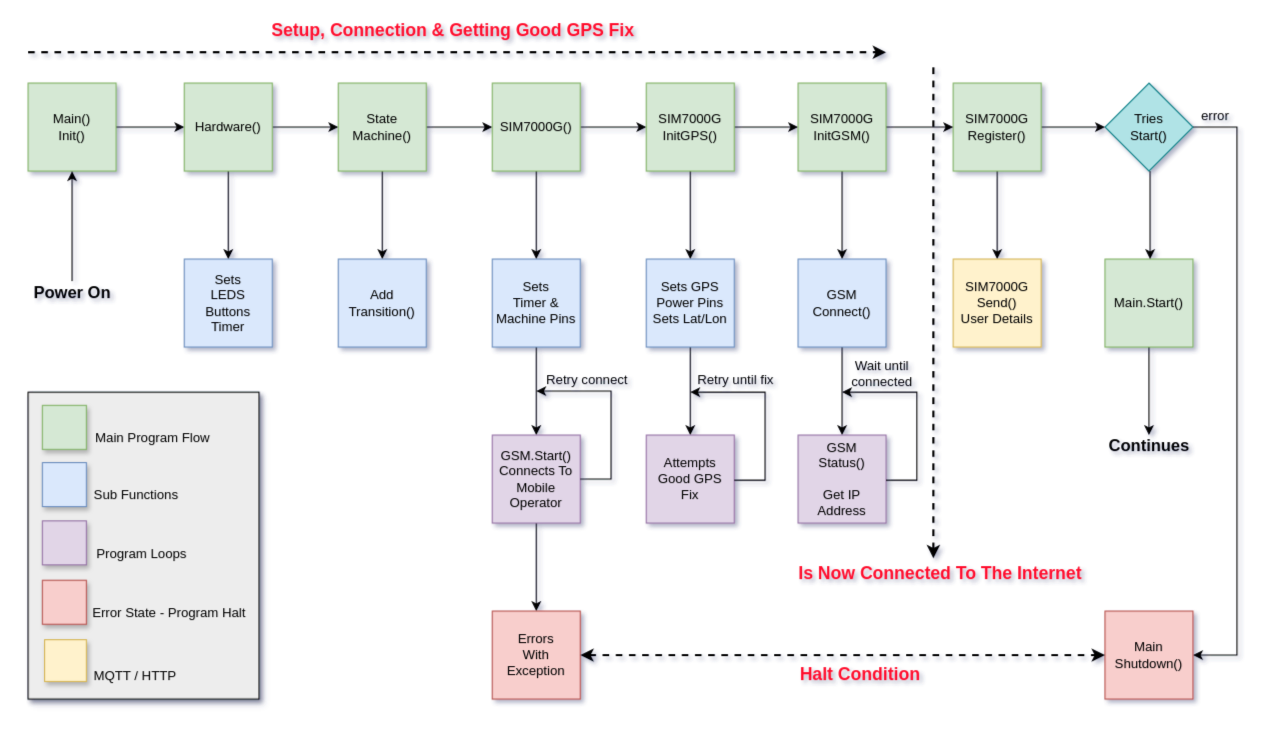
18684092/CAR keeps this draw.io diagram as WikiFiles/CAR1.drawio. Above is the earlier version. Source tidied: cells renumbered, new cells numbered last; positions are measured from the earlier drawing's top-left corner, leaving out a move shared by most shapes. Both pictures are drawn from the tidied source at 110%, with x=0, y=0 at pixel (22, 19).
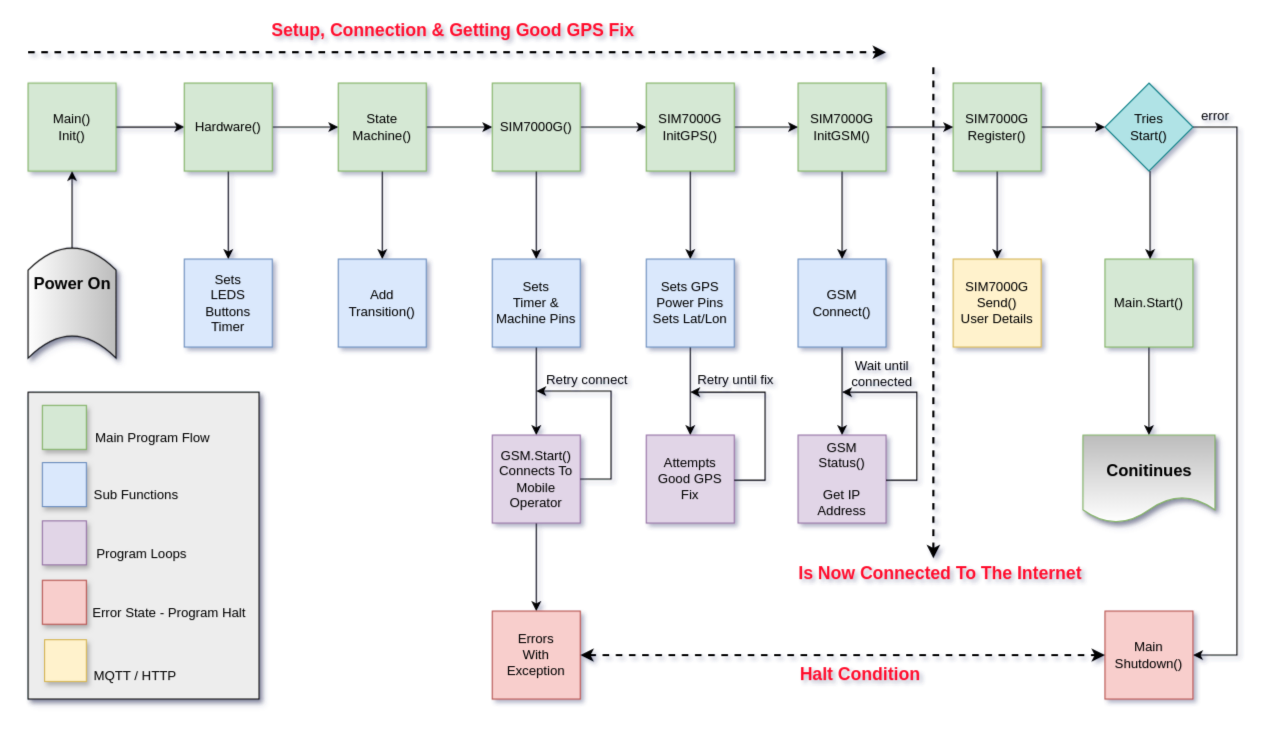
The same page after the edit.

The change refers to these unchanged cells:
```xml
<mxCell id="4" value="Main()&lt;br&gt;Init()" style="whiteSpace=wrap;html=1;fillColor=#d5e8d4;strokeColor=#82b366;gradientColor=none;" parent="1" vertex="1">
  <mxGeometry x="5" y="58" width="80" height="80" as="geometry" />
</mxCell>
```

Change to the diagram source:
```diff
@@
+    <mxCell id="69" style="edgeStyle=orthogonalEdgeStyle;rounded=0;jettySize=auto;html=1;fontSize=15;fontColor=#000000;startArrow=none;startFill=0;endArrow=classic;endFill=1;strokeColor=#000000;strokeWidth=1;" parent="1" edge="1" source="70" target="4">
+      <mxGeometry relative="1" as="geometry" />
+    </mxCell>
+    <mxCell id="70" style="shape=dataStorage;whiteSpace=wrap;html=1;fixedSize=1;shadow=1;fontSize=15;fontColor=#000000;fillColor=#BDBDBD;gradientColor=#ffffff;rotation=90;" parent="1" vertex="1">
+      <mxGeometry x="-5" y="218" width="100" height="80" as="geometry" />
+    </mxCell>
@@
-    <mxCell id="41" value="&lt;b&gt;&lt;font style=&quot;font-size: 15px&quot;&gt;Continues&lt;/font&gt;&lt;/b&gt;" style="text;html=1;align=center;verticalAlign=middle;strokeColor=none;fillColor=none;" parent="1" vertex="1">
-      <mxGeometry x="979" y="377" width="90" height="20" as="geometry" />
-    </mxCell>
-    <mxCell id="42" style="edgeStyle=orthogonalEdgeStyle;rounded=0;jettySize=auto;html=1;entryX=0.5;entryY=1;entryDx=0;entryDy=0;fontSize=15;" parent="1" edge="1" source="43" target="4">
-      <mxGeometry relative="1" as="geometry" />
-    </mxCell>
-    <mxCell id="43" value="&lt;b&gt;&lt;font style=&quot;font-size: 15px&quot;&gt;Power On&lt;/font&gt;&lt;/b&gt;" style="text;html=1;align=center;verticalAlign=middle;points=[];strokeColor=none;fillColor=none;" parent="1" vertex="1">
-      <mxGeometry y="238" width="90" height="20" as="geometry" />
-    </mxCell>
@@
+    <mxCell id="71" style="shape=document;whiteSpace=wrap;html=1;boundedLbl=1;shadow=1;fontSize=12;fillColor=#BDBDBD;strokeColor=#82b366;gradientColor=#ffffff;" parent="1" vertex="1">
+      <mxGeometry x="964" y="378" width="120" height="80" as="geometry" />
+    </mxCell>
+    <mxCell id="72" value="&lt;b&gt;Conitinues&lt;/b&gt;" style="text;html=1;align=center;verticalAlign=middle;strokeColor=none;fillColor=none;fontSize=15;fontColor=#000000;" parent="1" vertex="1">
+      <mxGeometry x="979" y="400" width="90" height="20" as="geometry" />
+    </mxCell>
+    <mxCell id="43" value="&lt;b style=&quot;font-size: 15px;&quot;&gt;&lt;font style=&quot;font-size: 15px;&quot;&gt;Power On&lt;/font&gt;&lt;/b&gt;" style="text;html=1;align=center;verticalAlign=middle;points=[];strokeColor=none;fillColor=none;fontSize=15;" parent="1" vertex="1">
+      <mxGeometry y="230" width="90" height="20" as="geometry" />
+    </mxCell>
```
